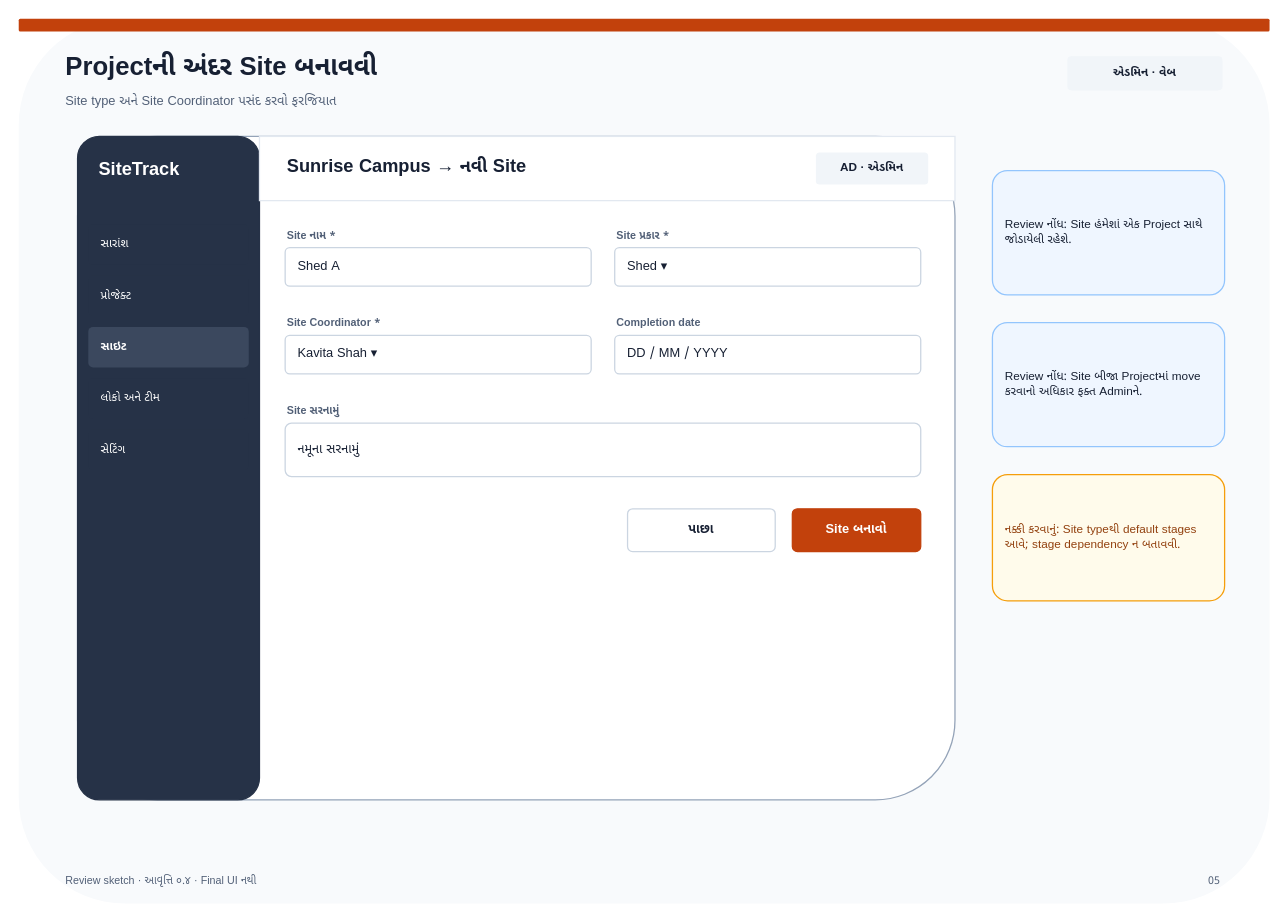
The draw.io diagram page "05 · Create a Site inside a Project" (6 of 18) of review/site-tracking-screen-sketches-v0.4.drawio in dbmoradiya/site-tracking-system, before the edit. Source tidied: cells renumbered, new cells numbered last; positions are measured from the earlier drawing's top-left corner, leaving out a move shared by most shapes. Both pictures are drawn from the tidied source at 107%, with x=0, y=0 at pixel (18, 18).
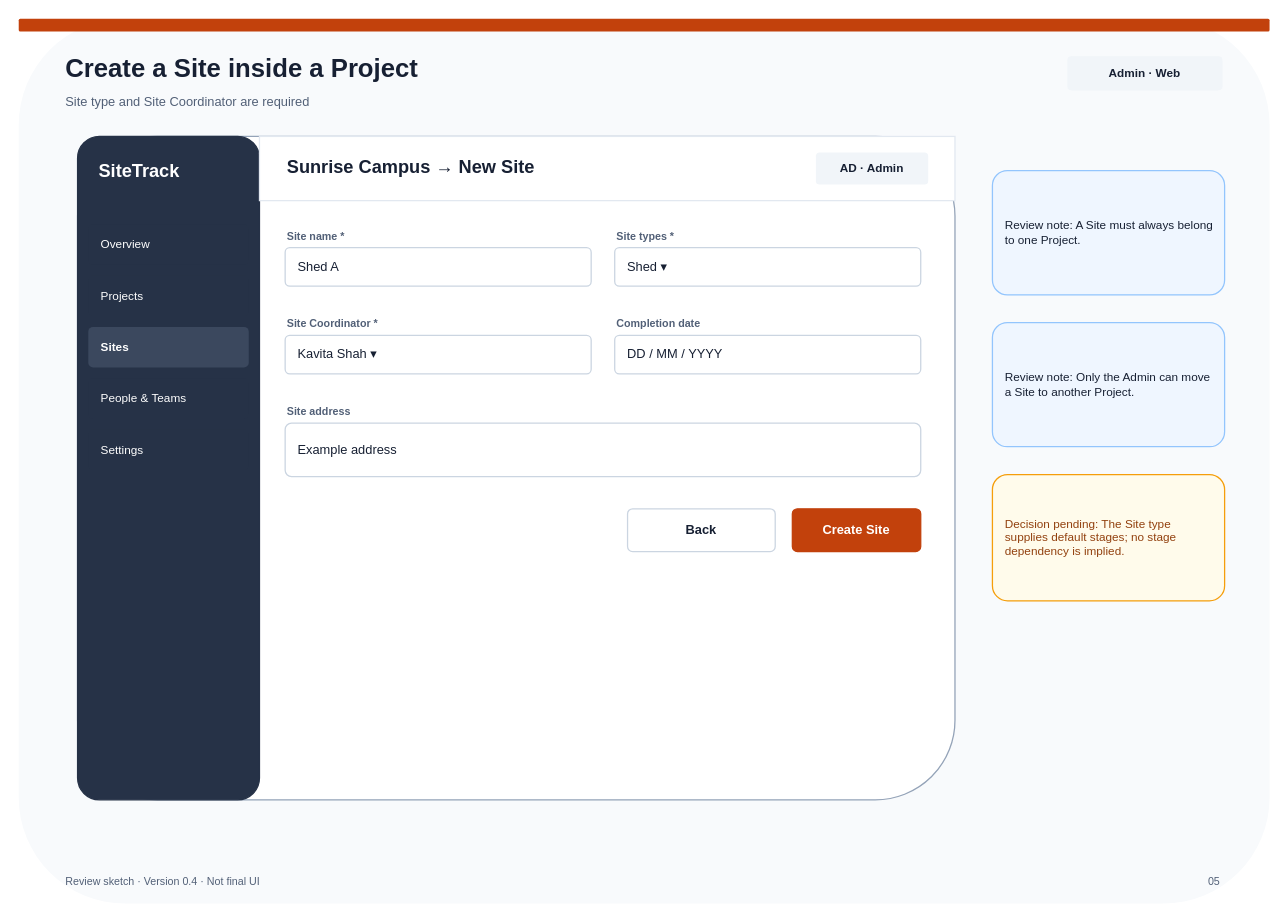
The same diagram, later.

Diff of the diagram source:
```diff
@@
-    <mxCell id="2" style="rounded=1;whiteSpace=wrap;html=1;fillColor=#F8FAFC;strokeColor=none;strokeWidth=1.2;fontFamily=Noto Sans Gujarati;fontSize=13;fontColor=#172033;fontStyle=0;align=left;verticalAlign=middle;spacingLeft=10;spacingRight=10;spacingTop=6;spacingBottom=6;dashed=0;arcSize=12;" parent="1" vertex="1">
+    <mxCell id="2" style="rounded=1;whiteSpace=wrap;html=1;fillColor=#F8FAFC;strokeColor=none;strokeWidth=1.2;fontFamily=Arial;fontSize=13;fontColor=#172033;fontStyle=0;align=left;verticalAlign=middle;spacingLeft=10;spacingRight=10;spacingTop=6;spacingBottom=6;dashed=0;arcSize=12;" parent="1" vertex="1">
       <mxGeometry width="1169" height="827" as="geometry" />
     </mxCell>
-    <mxCell id="3" style="rounded=1;whiteSpace=wrap;html=1;fillColor=#C2410C;strokeColor=none;strokeWidth=1.2;fontFamily=Noto Sans Gujarati;fontSize=13;fontColor=#172033;fontStyle=0;align=left;verticalAlign=middle;spacingLeft=10;spacingRight=10;spacingTop=6;spacingBottom=6;dashed=0;arcSize=12;" parent="1" vertex="1">
+    <mxCell id="3" style="rounded=1;whiteSpace=wrap;html=1;fillColor=#C2410C;strokeColor=none;strokeWidth=1.2;fontFamily=Arial;fontSize=13;fontColor=#172033;fontStyle=0;align=left;verticalAlign=middle;spacingLeft=10;spacingRight=10;spacingTop=6;spacingBottom=6;dashed=0;arcSize=12;" parent="1" vertex="1">
       <mxGeometry width="1169" height="12" as="geometry" />
     </mxCell>
-    <mxCell id="4" value="Projectની અંદર Site બનાવવી" style="text;html=1;strokeColor=none;fillColor=none;whiteSpace=wrap;fontFamily=Noto Sans Gujarati;fontSize=24;fontColor=#172033;fontStyle=1;align=left;verticalAlign=middle;" parent="1" vertex="1">
+    <mxCell id="4" value="Create a Site inside a Project" style="text;html=1;strokeColor=none;fillColor=none;whiteSpace=wrap;fontFamily=Arial;fontSize=24;fontColor=#172033;fontStyle=1;align=left;verticalAlign=middle;" parent="1" vertex="1">
       <mxGeometry x="42" y="30" width="875" height="34" as="geometry" />
     </mxCell>
-    <mxCell id="5" value="Site type અને Site Coordinator પસંદ કરવો ફરજિયાત" style="text;html=1;strokeColor=none;fillColor=none;whiteSpace=wrap;fontFamily=Noto Sans Gujarati;fontSize=12;fontColor=#526077;fontStyle=0;align=left;verticalAlign=middle;" parent="1" vertex="1">
+    <mxCell id="5" value="Site type and Site Coordinator are required" style="text;html=1;strokeColor=none;fillColor=none;whiteSpace=wrap;fontFamily=Arial;fontSize=12;fontColor=#526077;fontStyle=0;align=left;verticalAlign=middle;" parent="1" vertex="1">
       <mxGeometry x="42" y="66" width="900" height="24" as="geometry" />
     </mxCell>
-    <mxCell id="6" value="એડમિન · વેબ" style="rounded=1;whiteSpace=wrap;html=1;fillColor=#F1F5F9;strokeColor=none;strokeWidth=1.2;fontFamily=Noto Sans Gujarati;fontSize=11;fontColor=#172033;fontStyle=1;align=center;verticalAlign=middle;spacingLeft=10;spacingRight=10;spacingTop=6;spacingBottom=6;dashed=0;arcSize=12;" parent="1" vertex="1">
+    <mxCell id="6" value="Admin · Web" style="rounded=1;whiteSpace=wrap;html=1;fillColor=#F1F5F9;strokeColor=none;strokeWidth=1.2;fontFamily=Arial;fontSize=11;fontColor=#172033;fontStyle=1;align=center;verticalAlign=middle;spacingLeft=10;spacingRight=10;spacingTop=6;spacingBottom=6;dashed=0;arcSize=12;" parent="1" vertex="1">
       <mxGeometry x="980" y="35" width="145" height="32" as="geometry" />
     </mxCell>
-    <mxCell id="7" value="Review sketch · આવૃત્તિ ૦.૪ · Final UI નથી" style="text;html=1;strokeColor=none;fillColor=none;whiteSpace=wrap;fontFamily=Noto Sans Gujarati;fontSize=10;fontColor=#526077;fontStyle=0;align=left;verticalAlign=middle;" parent="1" vertex="1">
+    <mxCell id="7" value="Review sketch · Version 0.4 · Not final UI" style="text;html=1;strokeColor=none;fillColor=none;whiteSpace=wrap;fontFamily=Arial;fontSize=10;fontColor=#526077;fontStyle=0;align=left;verticalAlign=middle;" parent="1" vertex="1">
       <mxGeometry x="42" y="797" width="930" height="18" as="geometry" />
     </mxCell>
-    <mxCell id="8" value="05" style="text;html=1;strokeColor=none;fillColor=none;whiteSpace=wrap;fontFamily=Noto Sans Gujarati;fontSize=10;fontColor=#526077;fontStyle=0;align=right;verticalAlign=middle;" parent="1" vertex="1">
+    <mxCell id="8" value="05" style="text;html=1;strokeColor=none;fillColor=none;whiteSpace=wrap;fontFamily=Arial;fontSize=10;fontColor=#526077;fontStyle=0;align=right;verticalAlign=middle;" parent="1" vertex="1">
       <mxGeometry x="1030" y="797" width="95" height="18" as="geometry" />
     </mxCell>
-    <mxCell id="9" style="rounded=1;whiteSpace=wrap;html=1;fillColor=#FFFFFF;strokeColor=#94A3B8;strokeWidth=1.2;fontFamily=Noto Sans Gujarati;fontSize=13;fontColor=#172033;fontStyle=0;align=left;verticalAlign=middle;spacingLeft=10;spacingRight=10;spacingTop=6;spacingBottom=6;dashed=0;arcSize=12;" parent="1" vertex="1">
+    <mxCell id="9" style="rounded=1;whiteSpace=wrap;html=1;fillColor=#FFFFFF;strokeColor=#94A3B8;strokeWidth=1.2;fontFamily=Arial;fontSize=13;fontColor=#172033;fontStyle=0;align=left;verticalAlign=middle;spacingLeft=10;spacingRight=10;spacingTop=6;spacingBottom=6;dashed=0;arcSize=12;" parent="1" vertex="1">
       <mxGeometry x="55" y="110" width="820" height="620" as="geometry" />
     </mxCell>
-    <mxCell id="10" style="rounded=1;whiteSpace=wrap;html=1;fillColor=#263247;strokeColor=#263247;strokeWidth=1.2;fontFamily=Noto Sans Gujarati;fontSize=13;fontColor=#172033;fontStyle=0;align=left;verticalAlign=middle;spacingLeft=10;spacingRight=10;spacingTop=6;spacingBottom=6;dashed=0;arcSize=12;" parent="1" vertex="1">
+    <mxCell id="10" style="rounded=1;whiteSpace=wrap;html=1;fillColor=#263247;strokeColor=#263247;strokeWidth=1.2;fontFamily=Arial;fontSize=13;fontColor=#172033;fontStyle=0;align=left;verticalAlign=middle;spacingLeft=10;spacingRight=10;spacingTop=6;spacingBottom=6;dashed=0;arcSize=12;" parent="1" vertex="1">
       <mxGeometry x="55" y="110" width="170" height="620" as="geometry" />
     </mxCell>
-    <mxCell id="11" value="SiteTrack" style="text;html=1;strokeColor=none;fillColor=none;whiteSpace=wrap;fontFamily=Noto Sans Gujarati;fontSize=17;fontColor=#FFFFFF;fontStyle=1;align=left;verticalAlign=middle;" parent="1" vertex="1">
+    <mxCell id="11" value="SiteTrack" style="text;html=1;strokeColor=none;fillColor=none;whiteSpace=wrap;fontFamily=Arial;fontSize=17;fontColor=#FFFFFF;fontStyle=1;align=left;verticalAlign=middle;" parent="1" vertex="1">
       <mxGeometry x="73" y="128" width="135" height="30" as="geometry" />
     </mxCell>
-    <mxCell id="12" value="સારાંશ" style="rounded=1;whiteSpace=wrap;html=1;fillColor=#263247;strokeColor=none;strokeWidth=1.2;fontFamily=Noto Sans Gujarati;fontSize=11;fontColor=#FFFFFF;fontStyle=0;align=left;verticalAlign=middle;spacingLeft=10;spacingRight=10;spacingTop=6;spacingBottom=6;dashed=0;arcSize=12;" parent="1" vertex="1">
+    <mxCell id="12" value="Overview" style="rounded=1;whiteSpace=wrap;html=1;fillColor=#263247;strokeColor=none;strokeWidth=1.2;fontFamily=Arial;fontSize=11;fontColor=#FFFFFF;fontStyle=0;align=left;verticalAlign=middle;spacingLeft=10;spacingRight=10;spacingTop=6;spacingBottom=6;dashed=0;arcSize=12;" parent="1" vertex="1">
       <mxGeometry x="65" y="192" width="150" height="38" as="geometry" />
     </mxCell>
-    <mxCell id="13" value="પ્રોજેક્ટ" style="rounded=1;whiteSpace=wrap;html=1;fillColor=#263247;strokeColor=none;strokeWidth=1.2;fontFamily=Noto Sans Gujarati;fontSize=11;fontColor=#FFFFFF;fontStyle=0;align=left;verticalAlign=middle;spacingLeft=10;spacingRight=10;spacingTop=6;spacingBottom=6;dashed=0;arcSize=12;" parent="1" vertex="1">
+    <mxCell id="13" value="Projects" style="rounded=1;whiteSpace=wrap;html=1;fillColor=#263247;strokeColor=none;strokeWidth=1.2;fontFamily=Arial;fontSize=11;fontColor=#FFFFFF;fontStyle=0;align=left;verticalAlign=middle;spacingLeft=10;spacingRight=10;spacingTop=6;spacingBottom=6;dashed=0;arcSize=12;" parent="1" vertex="1">
       <mxGeometry x="65" y="240" width="150" height="38" as="geometry" />
     </mxCell>
-    <mxCell id="14" value="સાઇટ" style="rounded=1;whiteSpace=wrap;html=1;fillColor=#3B485E;strokeColor=none;strokeWidth=1.2;fontFamily=Noto Sans Gujarati;fontSize=11;fontColor=#FFFFFF;fontStyle=1;align=left;verticalAlign=middle;spacingLeft=10;spacingRight=10;spacingTop=6;spacingBottom=6;dashed=0;arcSize=12;" parent="1" vertex="1">
+    <mxCell id="14" value="Sites" style="rounded=1;whiteSpace=wrap;html=1;fillColor=#3B485E;strokeColor=none;strokeWidth=1.2;fontFamily=Arial;fontSize=11;fontColor=#FFFFFF;fontStyle=1;align=left;verticalAlign=middle;spacingLeft=10;spacingRight=10;spacingTop=6;spacingBottom=6;dashed=0;arcSize=12;" parent="1" vertex="1">
       <mxGeometry x="65" y="288" width="150" height="38" as="geometry" />
     </mxCell>
-    <mxCell id="15" value="લોકો અને ટીમ" style="rounded=1;whiteSpace=wrap;html=1;fillColor=#263247;strokeColor=none;strokeWidth=1.2;fontFamily=Noto Sans Gujarati;fontSize=11;fontColor=#FFFFFF;fontStyle=0;align=left;verticalAlign=middle;spacingLeft=10;spacingRight=10;spacingTop=6;spacingBottom=6;dashed=0;arcSize=12;" parent="1" vertex="1">
+    <mxCell id="15" value="People &amp; Teams" style="rounded=1;whiteSpace=wrap;html=1;fillColor=#263247;strokeColor=none;strokeWidth=1.2;fontFamily=Arial;fontSize=11;fontColor=#FFFFFF;fontStyle=0;align=left;verticalAlign=middle;spacingLeft=10;spacingRight=10;spacingTop=6;spacingBottom=6;dashed=0;arcSize=12;" parent="1" vertex="1">
       <mxGeometry x="65" y="336" width="150" height="38" as="geometry" />
     </mxCell>
-    <mxCell id="16" value="સેટિંગ" style="rounded=1;whiteSpace=wrap;html=1;fillColor=#263247;strokeColor=none;strokeWidth=1.2;fontFamily=Noto Sans Gujarati;fontSize=11;fontColor=#FFFFFF;fontStyle=0;align=left;verticalAlign=middle;spacingLeft=10;spacingRight=10;spacingTop=6;spacingBottom=6;dashed=0;arcSize=12;" parent="1" vertex="1">
+    <mxCell id="16" value="Settings" style="rounded=1;whiteSpace=wrap;html=1;fillColor=#263247;strokeColor=none;strokeWidth=1.2;fontFamily=Arial;fontSize=11;fontColor=#FFFFFF;fontStyle=0;align=left;verticalAlign=middle;spacingLeft=10;spacingRight=10;spacingTop=6;spacingBottom=6;dashed=0;arcSize=12;" parent="1" vertex="1">
       <mxGeometry x="65" y="384" width="150" height="38" as="geometry" />
     </mxCell>
-    <mxCell id="17" style="rounded=0;whiteSpace=wrap;html=1;fillColor=#FFFFFF;strokeColor=#E2E8F0;strokeWidth=1.2;fontFamily=Noto Sans Gujarati;fontSize=13;fontColor=#172033;fontStyle=0;align=left;verticalAlign=middle;spacingLeft=10;spacingRight=10;spacingTop=6;spacingBottom=6;dashed=0;arcSize=12;" parent="1" vertex="1">
+    <mxCell id="17" style="rounded=0;whiteSpace=wrap;html=1;fillColor=#FFFFFF;strokeColor=#E2E8F0;strokeWidth=1.2;fontFamily=Arial;fontSize=13;fontColor=#172033;fontStyle=0;align=left;verticalAlign=middle;spacingLeft=10;spacingRight=10;spacingTop=6;spacingBottom=6;dashed=0;arcSize=12;" parent="1" vertex="1">
       <mxGeometry x="225" y="110" width="650" height="60" as="geometry" />
     </mxCell>
-    <mxCell id="18" value="Sunrise Campus → નવી Site" style="text;html=1;strokeColor=none;fillColor=none;whiteSpace=wrap;fontFamily=Noto Sans Gujarati;fontSize=17;fontColor=#172033;fontStyle=1;align=left;verticalAlign=middle;" parent="1" vertex="1">
+    <mxCell id="18" value="Sunrise Campus → New Site" style="text;html=1;strokeColor=none;fillColor=none;whiteSpace=wrap;fontFamily=Arial;fontSize=17;fontColor=#172033;fontStyle=1;align=left;verticalAlign=middle;" parent="1" vertex="1">
       <mxGeometry x="249" y="125" width="400" height="30" as="geometry" />
     </mxCell>
-    <mxCell id="19" value="AD · એડમિન" style="rounded=1;whiteSpace=wrap;html=1;fillColor=#F1F5F9;strokeColor=none;strokeWidth=1.2;fontFamily=Noto Sans Gujarati;fontSize=11;fontColor=#172033;fontStyle=1;align=center;verticalAlign=middle;spacingLeft=10;spacingRight=10;spacingTop=6;spacingBottom=6;dashed=0;arcSize=12;" parent="1" vertex="1">
+    <mxCell id="19" value="AD · Admin" style="rounded=1;whiteSpace=wrap;html=1;fillColor=#F1F5F9;strokeColor=none;strokeWidth=1.2;fontFamily=Arial;fontSize=11;fontColor=#172033;fontStyle=1;align=center;verticalAlign=middle;spacingLeft=10;spacingRight=10;spacingTop=6;spacingBottom=6;dashed=0;arcSize=12;" parent="1" vertex="1">
       <mxGeometry x="745" y="125" width="105" height="30" as="geometry" />
     </mxCell>
-    <mxCell id="20" value="Site નામ *" style="text;html=1;strokeColor=none;fillColor=none;whiteSpace=wrap;fontFamily=Noto Sans Gujarati;fontSize=10;fontColor=#526077;fontStyle=1;align=left;verticalAlign=middle;" parent="1" vertex="1">
+    <mxCell id="20" value="Site name *" style="text;html=1;strokeColor=none;fillColor=none;whiteSpace=wrap;fontFamily=Arial;fontSize=10;fontColor=#526077;fontStyle=1;align=left;verticalAlign=middle;" parent="1" vertex="1">
       <mxGeometry x="249" y="194" width="286" height="18" as="geometry" />
     </mxCell>
-    <mxCell id="21" value="Shed A" style="rounded=1;whiteSpace=wrap;html=1;fillColor=#FFFFFF;strokeColor=#CBD5E1;strokeWidth=1.2;fontFamily=Noto Sans Gujarati;fontSize=12;fontColor=#172033;fontStyle=0;align=left;verticalAlign=middle;spacingLeft=10;spacingRight=10;spacingTop=6;spacingBottom=6;dashed=0;arcSize=12;" parent="1" vertex="1">
+    <mxCell id="21" value="Shed A" style="rounded=1;whiteSpace=wrap;html=1;fillColor=#FFFFFF;strokeColor=#CBD5E1;strokeWidth=1.2;fontFamily=Arial;fontSize=12;fontColor=#172033;fontStyle=0;align=left;verticalAlign=middle;spacingLeft=10;spacingRight=10;spacingTop=6;spacingBottom=6;dashed=0;arcSize=12;" parent="1" vertex="1">
       <mxGeometry x="249" y="214" width="286" height="36" as="geometry" />
     </mxCell>
-    <mxCell id="22" value="Site પ્રકાર *" style="text;html=1;strokeColor=none;fillColor=none;whiteSpace=wrap;fontFamily=Noto Sans Gujarati;fontSize=10;fontColor=#526077;fontStyle=1;align=left;verticalAlign=middle;" parent="1" vertex="1">
+    <mxCell id="22" value="Site types *" style="text;html=1;strokeColor=none;fillColor=none;whiteSpace=wrap;fontFamily=Arial;fontSize=10;fontColor=#526077;fontStyle=1;align=left;verticalAlign=middle;" parent="1" vertex="1">
       <mxGeometry x="557" y="194" width="286" height="18" as="geometry" />
     </mxCell>
-    <mxCell id="23" value="Shed  ▾" style="rounded=1;whiteSpace=wrap;html=1;fillColor=#FFFFFF;strokeColor=#CBD5E1;strokeWidth=1.2;fontFamily=Noto Sans Gujarati;fontSize=12;fontColor=#172033;fontStyle=0;align=left;verticalAlign=middle;spacingLeft=10;spacingRight=10;spacingTop=6;spacingBottom=6;dashed=0;arcSize=12;" parent="1" vertex="1">
+    <mxCell id="23" value="Shed  ▾" style="rounded=1;whiteSpace=wrap;html=1;fillColor=#FFFFFF;strokeColor=#CBD5E1;strokeWidth=1.2;fontFamily=Arial;fontSize=12;fontColor=#172033;fontStyle=0;align=left;verticalAlign=middle;spacingLeft=10;spacingRight=10;spacingTop=6;spacingBottom=6;dashed=0;arcSize=12;" parent="1" vertex="1">
       <mxGeometry x="557" y="214" width="286" height="36" as="geometry" />
     </mxCell>
-    <mxCell id="24" value="Site Coordinator *" style="text;html=1;strokeColor=none;fillColor=none;whiteSpace=wrap;fontFamily=Noto Sans Gujarati;fontSize=10;fontColor=#526077;fontStyle=1;align=left;verticalAlign=middle;" parent="1" vertex="1">
+    <mxCell id="24" value="Site Coordinator *" style="text;html=1;strokeColor=none;fillColor=none;whiteSpace=wrap;fontFamily=Arial;fontSize=10;fontColor=#526077;fontStyle=1;align=left;verticalAlign=middle;" parent="1" vertex="1">
       <mxGeometry x="249" y="276" width="286" height="18" as="geometry" />
     </mxCell>
-    <mxCell id="25" value="Kavita Shah  ▾" style="rounded=1;whiteSpace=wrap;html=1;fillColor=#FFFFFF;strokeColor=#CBD5E1;strokeWidth=1.2;fontFamily=Noto Sans Gujarati;fontSize=12;fontColor=#172033;fontStyle=0;align=left;verticalAlign=middle;spacingLeft=10;spacingRight=10;spacingTop=6;spacingBottom=6;dashed=0;arcSize=12;" parent="1" vertex="1">
+    <mxCell id="25" value="Kavita Shah  ▾" style="rounded=1;whiteSpace=wrap;html=1;fillColor=#FFFFFF;strokeColor=#CBD5E1;strokeWidth=1.2;fontFamily=Arial;fontSize=12;fontColor=#172033;fontStyle=0;align=left;verticalAlign=middle;spacingLeft=10;spacingRight=10;spacingTop=6;spacingBottom=6;dashed=0;arcSize=12;" parent="1" vertex="1">
       <mxGeometry x="249" y="296" width="286" height="36" as="geometry" />
     </mxCell>
-    <mxCell id="26" value="Completion date" style="text;html=1;strokeColor=none;fillColor=none;whiteSpace=wrap;fontFamily=Noto Sans Gujarati;fontSize=10;fontColor=#526077;fontStyle=1;align=left;verticalAlign=middle;" parent="1" vertex="1">
+    <mxCell id="26" value="Completion date" style="text;html=1;strokeColor=none;fillColor=none;whiteSpace=wrap;fontFamily=Arial;fontSize=10;fontColor=#526077;fontStyle=1;align=left;verticalAlign=middle;" parent="1" vertex="1">
       <mxGeometry x="557" y="276" width="286" height="18" as="geometry" />
     </mxCell>
-    <mxCell id="27" value="DD / MM / YYYY" style="rounded=1;whiteSpace=wrap;html=1;fillColor=#FFFFFF;strokeColor=#CBD5E1;strokeWidth=1.2;fontFamily=Noto Sans Gujarati;fontSize=12;fontColor=#172033;fontStyle=0;align=left;verticalAlign=middle;spacingLeft=10;spacingRight=10;spacingTop=6;spacingBottom=6;dashed=0;arcSize=12;" parent="1" vertex="1">
+    <mxCell id="27" value="DD / MM / YYYY" style="rounded=1;whiteSpace=wrap;html=1;fillColor=#FFFFFF;strokeColor=#CBD5E1;strokeWidth=1.2;fontFamily=Arial;fontSize=12;fontColor=#172033;fontStyle=0;align=left;verticalAlign=middle;spacingLeft=10;spacingRight=10;spacingTop=6;spacingBottom=6;dashed=0;arcSize=12;" parent="1" vertex="1">
       <mxGeometry x="557" y="296" width="286" height="36" as="geometry" />
     </mxCell>
-    <mxCell id="28" value="Site સરનામું" style="text;html=1;strokeColor=none;fillColor=none;whiteSpace=wrap;fontFamily=Noto Sans Gujarati;fontSize=10;fontColor=#526077;fontStyle=1;align=left;verticalAlign=middle;" parent="1" vertex="1">
+    <mxCell id="28" value="Site address" style="text;html=1;strokeColor=none;fillColor=none;whiteSpace=wrap;fontFamily=Arial;fontSize=10;fontColor=#526077;fontStyle=1;align=left;verticalAlign=middle;" parent="1" vertex="1">
       <mxGeometry x="249" y="358" width="594" height="18" as="geometry" />
     </mxCell>
-    <mxCell id="29" value="નમૂના સરનામું" style="rounded=1;whiteSpace=wrap;html=1;fillColor=#FFFFFF;strokeColor=#CBD5E1;strokeWidth=1.2;fontFamily=Noto Sans Gujarati;fontSize=12;fontColor=#172033;fontStyle=0;align=left;verticalAlign=middle;spacingLeft=10;spacingRight=10;spacingTop=6;spacingBottom=6;dashed=0;arcSize=12;" parent="1" vertex="1">
+    <mxCell id="29" value="Example address" style="rounded=1;whiteSpace=wrap;html=1;fillColor=#FFFFFF;strokeColor=#CBD5E1;strokeWidth=1.2;fontFamily=Arial;fontSize=12;fontColor=#172033;fontStyle=0;align=left;verticalAlign=middle;spacingLeft=10;spacingRight=10;spacingTop=6;spacingBottom=6;dashed=0;arcSize=12;" parent="1" vertex="1">
       <mxGeometry x="249" y="378" width="594" height="50" as="geometry" />
     </mxCell>
-    <mxCell id="30" value="પાછા" style="rounded=1;whiteSpace=wrap;html=1;fillColor=#FFFFFF;strokeColor=#CBD5E1;strokeWidth=1.2;fontFamily=Noto Sans Gujarati;fontSize=12;fontColor=#172033;fontStyle=1;align=center;verticalAlign=middle;spacingLeft=10;spacingRight=10;spacingTop=6;spacingBottom=6;dashed=0;arcSize=12;" parent="1" vertex="1">
+    <mxCell id="30" value="Back" style="rounded=1;whiteSpace=wrap;html=1;fillColor=#FFFFFF;strokeColor=#CBD5E1;strokeWidth=1.2;fontFamily=Arial;fontSize=12;fontColor=#172033;fontStyle=1;align=center;verticalAlign=middle;spacingLeft=10;spacingRight=10;spacingTop=6;spacingBottom=6;dashed=0;arcSize=12;" parent="1" vertex="1">
       <mxGeometry x="569" y="458" width="138" height="40" as="geometry" />
     </mxCell>
-    <mxCell id="31" value="Site બનાવો" style="rounded=1;whiteSpace=wrap;html=1;fillColor=#C2410C;strokeColor=#C2410C;strokeWidth=1.2;fontFamily=Noto Sans Gujarati;fontSize=12;fontColor=#FFFFFF;fontStyle=1;align=center;verticalAlign=middle;spacingLeft=10;spacingRight=10;spacingTop=6;spacingBottom=6;dashed=0;arcSize=12;" parent="1" vertex="1">
+    <mxCell id="31" value="Create Site" style="rounded=1;whiteSpace=wrap;html=1;fillColor=#C2410C;strokeColor=#C2410C;strokeWidth=1.2;fontFamily=Arial;fontSize=12;fontColor=#FFFFFF;fontStyle=1;align=center;verticalAlign=middle;spacingLeft=10;spacingRight=10;spacingTop=6;spacingBottom=6;dashed=0;arcSize=12;" parent="1" vertex="1">
       <mxGeometry x="723" y="458" width="120" height="40" as="geometry" />
     </mxCell>
-    <mxCell id="32" value="Review નોંધ: Site હંમેશાં એક Project સાથે જોડાયેલી રહેશે." style="rounded=1;whiteSpace=wrap;html=1;fillColor=#EFF6FF;strokeColor=#93C5FD;strokeWidth=1.2;fontFamily=Noto Sans Gujarati;fontSize=11;fontColor=#172033;fontStyle=0;align=left;verticalAlign=middle;spacingLeft=10;spacingRight=10;spacingTop=6;spacingBottom=6;dashed=0;arcSize=12;" parent="1" vertex="1">
+    <mxCell id="32" value="Review note: A Site must always belong to one Project." style="rounded=1;whiteSpace=wrap;html=1;fillColor=#EFF6FF;strokeColor=#93C5FD;strokeWidth=1.2;fontFamily=Arial;fontSize=11;fontColor=#172033;fontStyle=0;align=left;verticalAlign=middle;spacingLeft=10;spacingRight=10;spacingTop=6;spacingBottom=6;dashed=0;arcSize=12;" parent="1" vertex="1">
       <mxGeometry x="910" y="142" width="217" height="116" as="geometry" />
     </mxCell>
-    <mxCell id="33" value="Review નોંધ: Site બીજા Projectમાં move કરવાનો અધિકાર ફક્ત Adminને." style="rounded=1;whiteSpace=wrap;html=1;fillColor=#EFF6FF;strokeColor=#93C5FD;strokeWidth=1.2;fontFamily=Noto Sans Gujarati;fontSize=11;fontColor=#172033;fontStyle=0;align=left;verticalAlign=middle;spacingLeft=10;spacingRight=10;spacingTop=6;spacingBottom=6;dashed=0;arcSize=12;" parent="1" vertex="1">
+    <mxCell id="33" value="Review note: Only the Admin can move a Site to another Project." style="rounded=1;whiteSpace=wrap;html=1;fillColor=#EFF6FF;strokeColor=#93C5FD;strokeWidth=1.2;fontFamily=Arial;fontSize=11;fontColor=#172033;fontStyle=0;align=left;verticalAlign=middle;spacingLeft=10;spacingRight=10;spacingTop=6;spacingBottom=6;dashed=0;arcSize=12;" parent="1" vertex="1">
       <mxGeometry x="910" y="284" width="217" height="116" as="geometry" />
     </mxCell>
-    <mxCell id="34" value="નક્કી કરવાનું: Site typeથી default stages આવે; stage dependency ન બતાવવી." style="rounded=1;whiteSpace=wrap;html=1;fillColor=#FFFBEB;strokeColor=#F59E0B;strokeWidth=1.2;fontFamily=Noto Sans Gujarati;fontSize=11;fontColor=#92400E;fontStyle=0;align=left;verticalAlign=middle;spacingLeft=10;spacingRight=10;spacingTop=6;spacingBottom=6;dashed=0;arcSize=12;" parent="1" vertex="1">
+    <mxCell id="34" value="Decision pending: The Site type supplies default stages; no stage dependency is implied." style="rounded=1;whiteSpace=wrap;html=1;fillColor=#FFFBEB;strokeColor=#F59E0B;strokeWidth=1.2;fontFamily=Arial;fontSize=11;fontColor=#92400E;fontStyle=0;align=left;verticalAlign=middle;spacingLeft=10;spacingRight=10;spacingTop=6;spacingBottom=6;dashed=0;arcSize=12;" parent="1" vertex="1">
       <mxGeometry x="910" y="426" width="217" height="118" as="geometry" />
     </mxCell>
```
